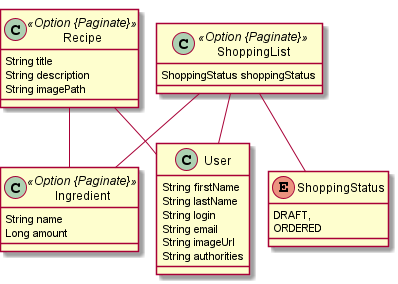
The PlantUML diagram jhipster-jdl.png in lrasata/recipe-book-project, before a commit.
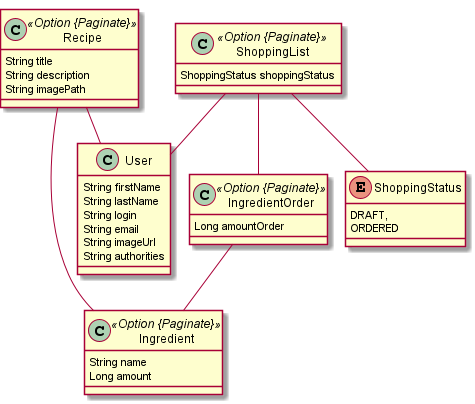
The same diagram one commit later.

The edit, as a diff of the source:
```diff
@@ -10,6 +10,9 @@
 		String name
 		Long amount
 	}
+	class IngredientOrder <<Option {Paginate}>> {
+		Long amountOrder
+	}
 	class ShoppingList <<Option {Paginate}>> {
 		ShoppingStatus shoppingStatus
 	}
@@ -21,7 +24,8 @@
 	Recipe  "user 0..1 " -- "0..1 "  User
 	ShoppingList  "user 0..1 " -- "0..1 "  User
 	Recipe  "ingredient 0..* " o--o "recipe 0..* "  Ingredient
-	ShoppingList  "ingredient 0..* " o--o "shoppingList 0..* "  Ingredient
+	IngredientOrder  "ingredient 0..* " o-- "0..1 "  Ingredient
+	ShoppingList  "IngredientOrder 0..1 " --o "0..* "  IngredientOrder
 	class User  {
 		String firstName
 		String lastName
```
